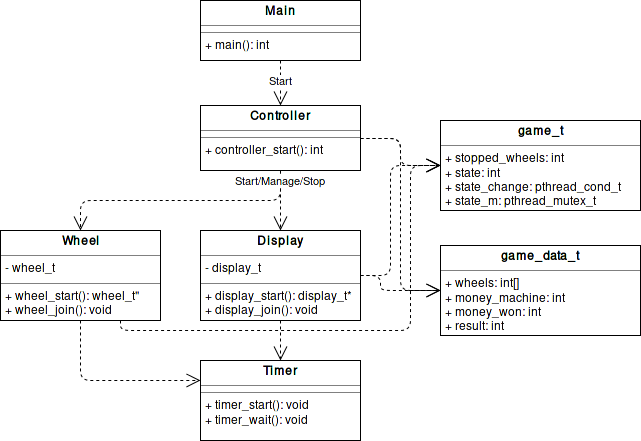
The draw.io diagram report/img/modules.png in claudiosousa/jackpot, before a commit. Source tidied: cells renumbered, new cells last; positions are measured from the earlier drawing's top-left corner, leaving out a move shared by most shapes.
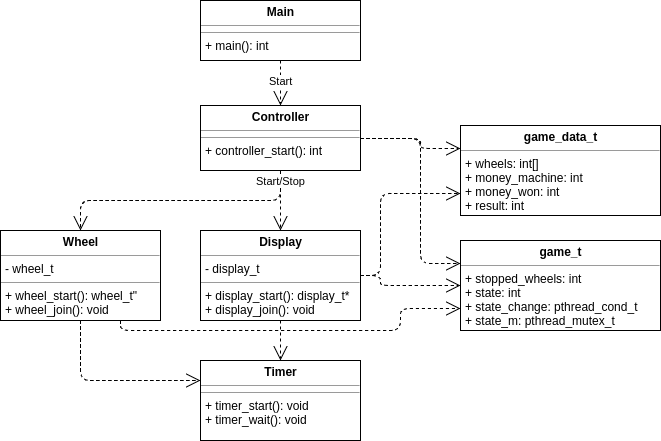
The same diagram one commit later.

Diff of the diagram source:
```diff
@@ -9,10 +9,10 @@
       <mxGeometry x="200" y="105" width="160" height="65" as="geometry" />
     </mxCell>
     <mxCell id="4" value="&lt;p style=&quot;margin: 0px ; margin-top: 4px ; text-align: center&quot;&gt;&lt;b&gt;game_t&lt;/b&gt;&lt;/p&gt;&lt;hr size=&quot;1&quot;&gt;&lt;p style=&quot;margin: 0px ; margin-left: 4px&quot;&gt;+ stopped_wheels: int&lt;/p&gt;&lt;p style=&quot;margin: 0px ; margin-left: 4px&quot;&gt;+ state: int&lt;/p&gt;&lt;p style=&quot;margin: 0px ; margin-left: 4px&quot;&gt;+ state_change: pthread_cond_t&lt;/p&gt;&lt;p style=&quot;margin: 0px ; margin-left: 4px&quot;&gt;+ state_m: pthread_mutex_t&lt;br&gt;&lt;/p&gt;&lt;hr size=&quot;1&quot;&gt;&lt;br&gt;" style="verticalAlign=top;align=left;overflow=fill;fontSize=12;fontFamily=Helvetica;html=1;" parent="1" vertex="1">
-      <mxGeometry x="440" y="120" width="200" height="90" as="geometry" />
+      <mxGeometry x="460" y="240" width="200" height="90" as="geometry" />
     </mxCell>
     <mxCell id="5" value="&lt;p style=&quot;margin: 0px ; margin-top: 4px ; text-align: center&quot;&gt;&lt;b&gt;game_data_t&lt;/b&gt;&lt;br&gt;&lt;/p&gt;&lt;hr size=&quot;1&quot;&gt;&lt;p style=&quot;margin: 0px ; margin-left: 4px&quot;&gt;+ wheels: int[]&lt;/p&gt;&lt;p style=&quot;margin: 0px ; margin-left: 4px&quot;&gt;+ money_machine: int&lt;/p&gt;&lt;p style=&quot;margin: 0px ; margin-left: 4px&quot;&gt;+ money_won: int&lt;/p&gt;&lt;p style=&quot;margin: 0px ; margin-left: 4px&quot;&gt;+ result: int&lt;br&gt;&lt;/p&gt;&lt;hr size=&quot;1&quot;&gt;" style="verticalAlign=top;align=left;overflow=fill;fontSize=12;fontFamily=Helvetica;html=1;" parent="1" vertex="1">
-      <mxGeometry x="440" y="245" width="200" height="90" as="geometry" />
+      <mxGeometry x="460" y="125" width="200" height="90" as="geometry" />
     </mxCell>
     <mxCell id="6" value="Start" style="endArrow=open;endSize=12;dashed=1;html=1;exitX=0.5;exitY=1;entryX=0.5;entryY=0;" parent="1" edge="1" source="2" target="3">
       <mxGeometry x="-0.11" relative="1" as="geometry" />
@@ -26,11 +26,21 @@
     <mxCell id="9" value="&lt;p style=&quot;margin: 0px ; margin-top: 4px ; text-align: center&quot;&gt;&lt;b&gt;Timer&lt;/b&gt;&lt;/p&gt;&lt;hr size=&quot;1&quot;&gt;&lt;hr size=&quot;1&quot;&gt;&lt;p style=&quot;margin: 0px ; margin-left: 4px&quot;&gt;+ timer_start(): void&lt;/p&gt;&lt;p style=&quot;margin: 0px ; margin-left: 4px&quot;&gt;+ timer_wait(): void&lt;br&gt;&lt;/p&gt;" style="verticalAlign=top;align=left;overflow=fill;fontSize=12;fontFamily=Helvetica;html=1;" parent="1" vertex="1">
       <mxGeometry x="200" y="360" width="160" height="80" as="geometry" />
     </mxCell>
-    <mxCell id="10" style="endArrow=open;endSize=12;dashed=1;html=1;exitX=1;exitY=0.5;entryX=0;entryY=0.5;edgeStyle=orthogonalEdgeStyle;" parent="1" edge="1" source="3" target="4">
-      <mxGeometry relative="1" as="geometry" />
+    <mxCell id="10" style="endArrow=open;endSize=12;dashed=1;html=1;exitX=1;exitY=0.5;edgeStyle=orthogonalEdgeStyle;entryX=0;entryY=0.25;" parent="1" edge="1" source="3" target="5">
+      <mxGeometry relative="1" as="geometry">
+        <Array as="points">
+          <mxPoint x="420" y="138" />
+          <mxPoint x="420" y="148" />
+        </Array>
+      </mxGeometry>
     </mxCell>
-    <mxCell id="11" style="endArrow=open;endSize=12;dashed=1;html=1;exitX=1;exitY=0.5;entryX=0;entryY=0.5;edgeStyle=orthogonalEdgeStyle;" parent="1" edge="1" source="3" target="5">
-      <mxGeometry relative="1" as="geometry" />
+    <mxCell id="11" style="endArrow=open;endSize=12;dashed=1;html=1;exitX=1;exitY=0.5;edgeStyle=orthogonalEdgeStyle;entryX=0;entryY=0.25;" parent="1" edge="1" source="3" target="4">
+      <mxGeometry relative="1" as="geometry">
+        <Array as="points">
+          <mxPoint x="420" y="138" />
+          <mxPoint x="420" y="263" />
+        </Array>
+      </mxGeometry>
     </mxCell>
     <mxCell id="12" style="endArrow=open;endSize=12;dashed=1;html=1;exitX=0.5;exitY=1;entryX=0.5;entryY=0;edgeStyle=orthogonalEdgeStyle;" parent="1" edge="1" source="3" target="7">
       <mxGeometry relative="1" as="geometry">
@@ -40,34 +50,34 @@
         </Array>
       </mxGeometry>
     </mxCell>
-    <mxCell id="13" value="Start/Manage/Stop" style="endArrow=open;endSize=12;dashed=1;html=1;exitX=0.5;exitY=1;entryX=0.5;entryY=0;" parent="1" edge="1" source="3" target="8">
+    <mxCell id="13" value="Start/Stop" style="endArrow=open;endSize=12;dashed=1;html=1;exitX=0.5;exitY=1;entryX=0.5;entryY=0;" parent="1" edge="1" source="3" target="8">
       <mxGeometry x="-0.67" relative="1" as="geometry" />
     </mxCell>
-    <mxCell id="14" style="endArrow=open;endSize=12;dashed=1;html=1;exitX=1;exitY=0.5;entryX=0;entryY=0.5;edgeStyle=orthogonalEdgeStyle;" parent="1" edge="1" source="8" target="4">
+    <mxCell id="14" style="endArrow=open;endSize=12;dashed=1;html=1;exitX=1;exitY=0.5;edgeStyle=orthogonalEdgeStyle;entryX=0;entryY=0.75;" parent="1" edge="1" source="8" target="5">
       <mxGeometry relative="1" as="geometry">
         <Array as="points">
-          <mxPoint x="390" y="275" />
-          <mxPoint x="390" y="165" />
+          <mxPoint x="380" y="275" />
+          <mxPoint x="380" y="193" />
         </Array>
       </mxGeometry>
     </mxCell>
-    <mxCell id="15" style="endArrow=open;endSize=12;dashed=1;html=1;exitX=1;exitY=0.5;entryX=0;entryY=0.5;edgeStyle=orthogonalEdgeStyle;" parent="1" edge="1" source="8" target="5">
+    <mxCell id="15" style="endArrow=open;endSize=12;dashed=1;html=1;exitX=1;exitY=0.5;edgeStyle=orthogonalEdgeStyle;entryX=0;entryY=0.5;" parent="1" edge="1" source="8" target="4">
       <mxGeometry relative="1" as="geometry">
         <Array as="points">
           <mxPoint x="380" y="275" />
-          <mxPoint x="380" y="290" />
+          <mxPoint x="380" y="285" />
         </Array>
       </mxGeometry>
     </mxCell>
     <mxCell id="16" style="endArrow=open;endSize=12;dashed=1;html=1;exitX=0.5;exitY=1;entryX=0.5;entryY=0;" parent="1" edge="1" source="8" target="9">
       <mxGeometry relative="1" as="geometry" />
     </mxCell>
-    <mxCell id="17" style="endArrow=open;endSize=12;dashed=1;html=1;exitX=0.75;exitY=1;entryX=0;entryY=0.5;edgeStyle=orthogonalEdgeStyle;" parent="1" edge="1" source="7" target="4">
+    <mxCell id="17" style="endArrow=open;endSize=12;dashed=1;html=1;exitX=0.75;exitY=1;edgeStyle=orthogonalEdgeStyle;entryX=0;entryY=0.75;" parent="1" edge="1" source="7" target="4">
       <mxGeometry relative="1" as="geometry">
         <Array as="points">
           <mxPoint x="120" y="330" />
-          <mxPoint x="410" y="330" />
-          <mxPoint x="410" y="165" />
+          <mxPoint x="400" y="330" />
+          <mxPoint x="400" y="308" />
         </Array>
       </mxGeometry>
     </mxCell>
```
